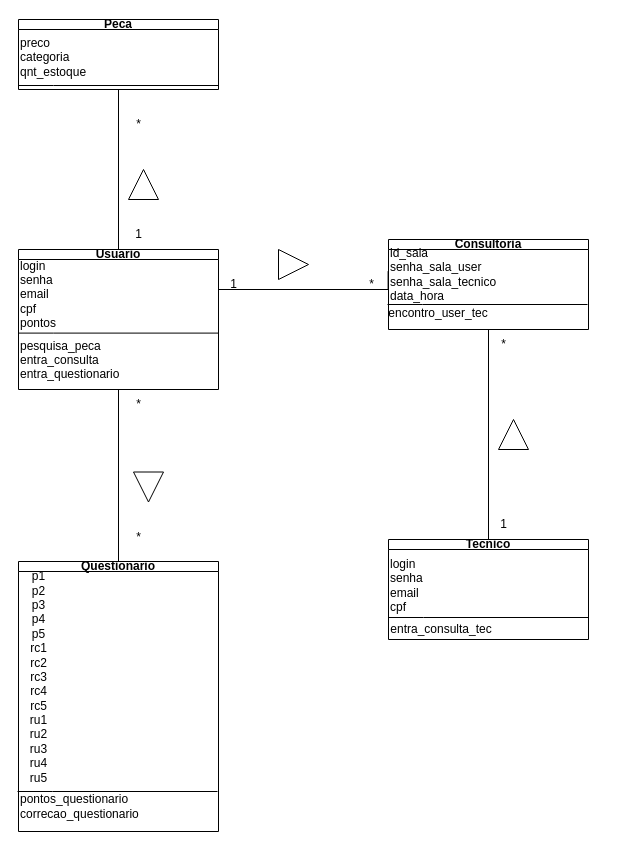
devguina/CEFET-Software_Engineering keeps this draw.io diagram as page "Page-11" (11 of 11) of Diagrama sem nome.drawio. Above is the earlier version. Source tidied: cells renumbered, new cells numbered last; positions are measured from the earlier drawing's top-left corner, leaving out a move shared by most shapes. Both pictures are drawn from the tidied source at 100%, with x=0, y=0 at pixel (17, 19).
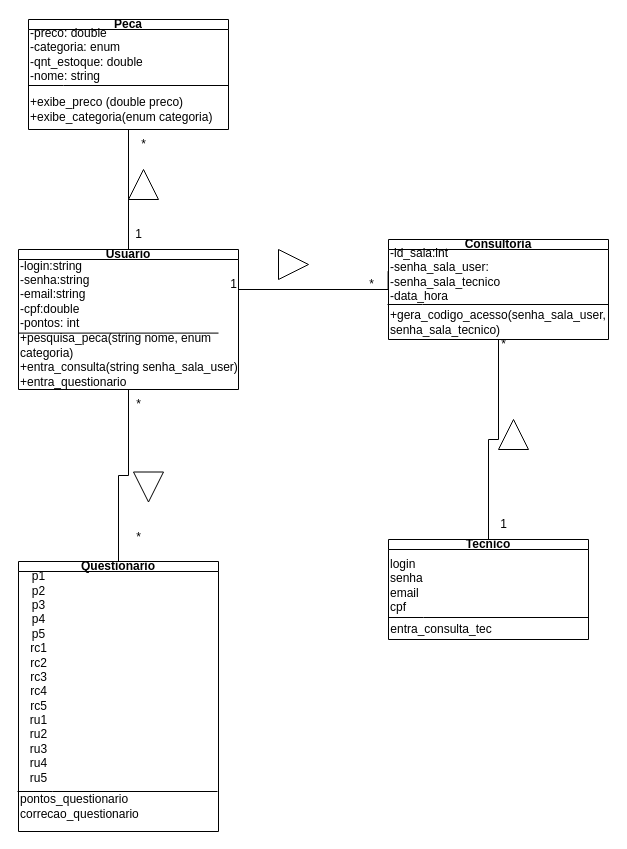
After the change.

The edit, as a diff of the source:
```diff
@@
     <mxCell id="3" value="Usuario" style="swimlane;whiteSpace=wrap;html=1;startSize=10;" parent="1" vertex="1">
-      <mxGeometry x="1" y="230" width="200" height="140" as="geometry" />
+      <mxGeometry x="1" y="230" width="220" height="140" as="geometry" />
     </mxCell>
+    <mxCell id="5" value="+pesquisa_peca(string nome, enum categoria)&lt;div&gt;+entra_consulta(string senha_sala_user)&lt;/div&gt;&lt;div&gt;+entra_questionario&lt;/div&gt;&lt;div&gt;&lt;br&gt;&lt;/div&gt;&lt;div&gt;&lt;br&gt;&lt;/div&gt;" style="text;html=1;align=left;verticalAlign=middle;whiteSpace=wrap;rounded=0;" parent="3" vertex="1">
+      <mxGeometry y="110" width="220" height="30" as="geometry" />
+    </mxCell>
-    <mxCell id="4" value="&lt;div&gt;login&lt;/div&gt;&lt;div&gt;senha&lt;/div&gt;&lt;div&gt;email&lt;/div&gt;&lt;div&gt;cpf&lt;/div&gt;&lt;div&gt;pontos&lt;/div&gt;" style="text;html=1;align=left;verticalAlign=middle;strokeColor=none;fillColor=none;" parent="3" vertex="1">
-      <mxGeometry width="60" height="90" as="geometry" />
+    <mxCell id="4" value="&lt;div&gt;-login:string&lt;/div&gt;&lt;div&gt;-senha:string&lt;/div&gt;&lt;div&gt;-email:string&lt;/div&gt;&lt;div&gt;-cpf:double&lt;/div&gt;&lt;div&gt;-pontos: int&lt;/div&gt;" style="text;html=1;align=left;verticalAlign=middle;strokeColor=none;fillColor=none;" parent="3" vertex="1">
+      <mxGeometry width="90" height="90" as="geometry" />
     </mxCell>
-    <mxCell id="5" value="pesquisa_peca&lt;div&gt;entra_consulta&lt;/div&gt;&lt;div&gt;entra_questionario&lt;/div&gt;&lt;div&gt;&lt;br&gt;&lt;/div&gt;&lt;div&gt;&lt;br&gt;&lt;/div&gt;" style="text;html=1;align=left;verticalAlign=middle;whiteSpace=wrap;rounded=0;" parent="3" vertex="1">
-      <mxGeometry y="110" width="60" height="30" as="geometry" />
-    </mxCell>
@@
     <mxCell id="12" value="Consultoria" style="swimlane;whiteSpace=wrap;html=1;startSize=10;" parent="1" vertex="1">
-      <mxGeometry x="371" y="220" width="200" height="90" as="geometry" />
+      <mxGeometry x="371" y="220" width="220" height="100" as="geometry" />
     </mxCell>
-    <mxCell id="13" value="id_sala&lt;div&gt;senha_sala_user&lt;/div&gt;&lt;div&gt;senha_sala_tecnico&lt;/div&gt;&lt;div&gt;data_hora&lt;/div&gt;" style="text;html=1;align=left;verticalAlign=middle;points=[];strokeColor=none;fillColor=none;" parent="12" vertex="1">
+    <mxCell id="13" value="-id_sala:int&lt;div&gt;-senha_sala_user:&lt;/div&gt;&lt;div&gt;-senha_sala_tecnico&lt;/div&gt;&lt;div&gt;-data_hora&lt;/div&gt;" style="text;html=1;align=left;verticalAlign=middle;points=[];strokeColor=none;fillColor=none;" parent="12" vertex="1">
       <mxGeometry width="130" height="70" as="geometry" />
     </mxCell>
-    <mxCell id="14" style="endArrow=none;html=1;rounded=0;entryX=1;entryY=0.75;entryDx=0;entryDy=0;" parent="12" edge="1">
+    <mxCell id="14" style="endArrow=none;html=1;rounded=0;" parent="12" edge="1">
       <mxGeometry relative="1" as="geometry">
         <mxPoint x="-1" y="65" as="sourcePoint" />
-        <mxPoint x="199" y="65" as="targetPoint" />
+        <mxPoint x="220" y="65" as="targetPoint" />
         <Array as="points">
           <mxPoint x="34" y="65" />
         </Array>
       </mxGeometry>
     </mxCell>
-    <mxCell id="15" value="encontro_user_tec" style="text;html=1;align=center;verticalAlign=middle;whiteSpace=wrap;rounded=0;" parent="12" vertex="1">
-      <mxGeometry x="20" y="59" width="60" height="30" as="geometry" />
+    <mxCell id="15" value="&lt;div&gt;+gera_codigo_acesso(senha_sala_user, senha_sala_tecnico)&lt;/div&gt;" style="text;html=1;align=left;verticalAlign=middle;whiteSpace=wrap;rounded=0;" parent="12" vertex="1">
+      <mxGeometry y="68" width="220" height="30" as="geometry" />
     </mxCell>
@@
     <mxCell id="26" value="Peca" style="swimlane;whiteSpace=wrap;html=1;startSize=10;" parent="1" vertex="1">
-      <mxGeometry x="1" width="200" height="70" as="geometry" />
+      <mxGeometry x="11" width="200" height="110" as="geometry" />
     </mxCell>
-    <mxCell id="27" value="&lt;div&gt;preco&lt;/div&gt;&lt;div&gt;categoria&lt;/div&gt;&lt;div&gt;qnt_estoque&lt;/div&gt;&lt;div&gt;&lt;br&gt;&lt;/div&gt;" style="text;html=1;align=left;verticalAlign=middle;strokeColor=none;fillColor=none;" parent="26" vertex="1">
-      <mxGeometry y="10" width="90" height="70" as="geometry" />
+    <mxCell id="27" value="&lt;div&gt;-preco: double&lt;/div&gt;&lt;div&gt;-categoria: enum&lt;/div&gt;&lt;div&gt;-qnt_estoque: double&lt;/div&gt;&lt;div&gt;-nome: string&lt;/div&gt;" style="text;html=1;align=left;verticalAlign=middle;strokeColor=none;fillColor=none;" parent="26" vertex="1">
+      <mxGeometry width="140" height="70" as="geometry" />
     </mxCell>
@@
+    <mxCell id="37" value="+exibe_preco (double preco)&lt;div&gt;+exibe_categoria(enum categoria)&lt;/div&gt;" style="text;html=1;align=left;verticalAlign=middle;strokeColor=none;fillColor=none;" parent="26" vertex="1">
+      <mxGeometry y="70" width="210" height="40" as="geometry" />
+    </mxCell>
@@
     <mxCell id="30" value="*" style="text;html=1;align=center;verticalAlign=middle;strokeColor=none;fillColor=none;" parent="1" vertex="1">
-      <mxGeometry x="106" y="90" width="30" height="30" as="geometry" />
+      <mxGeometry x="111" y="110" width="30" height="30" as="geometry" />
     </mxCell>
```
